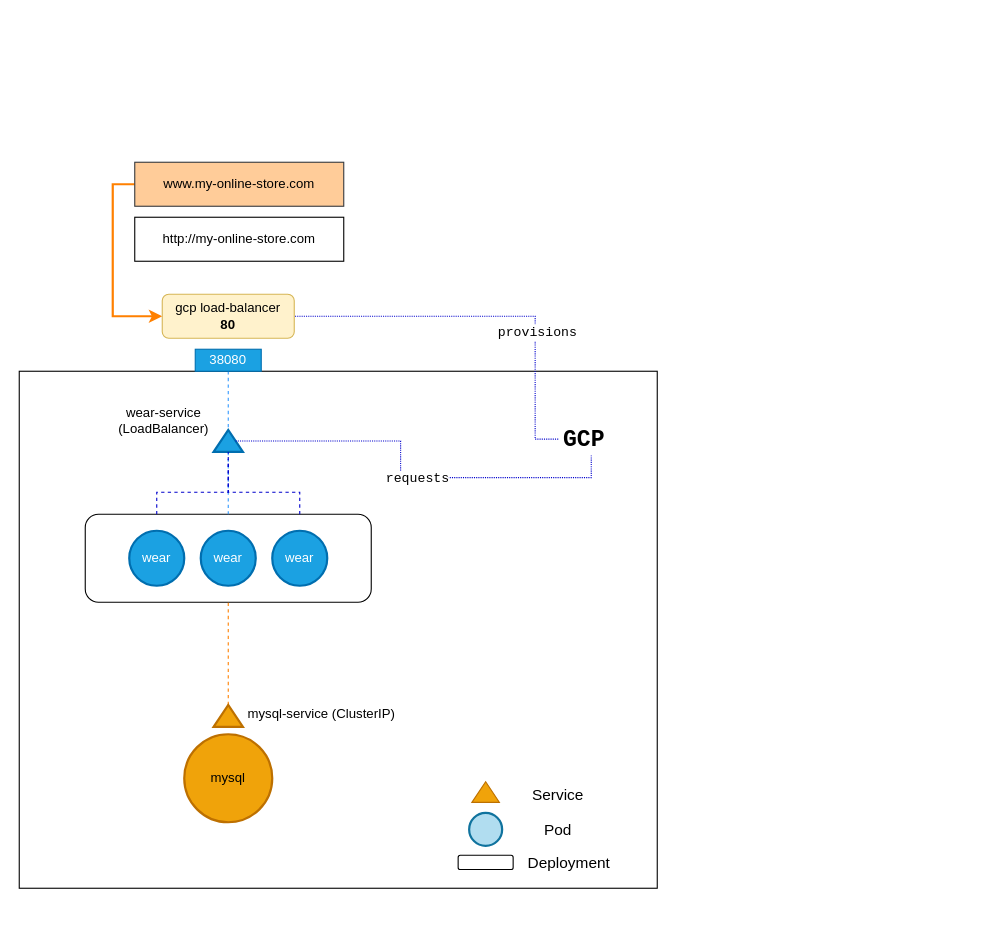
aditya109/journey-CKA keeps this draw.io diagram as page "GCP ingress" (7 of 7) of assets/networking.drawio. Above is the earlier version. Source tidied: cells renumbered, new cells numbered last; positions are measured from the earlier drawing's top-left corner, leaving out a move shared by most shapes. Both pictures are drawn from the tidied source at 110%, with x=0, y=0 at pixel (19, 162).
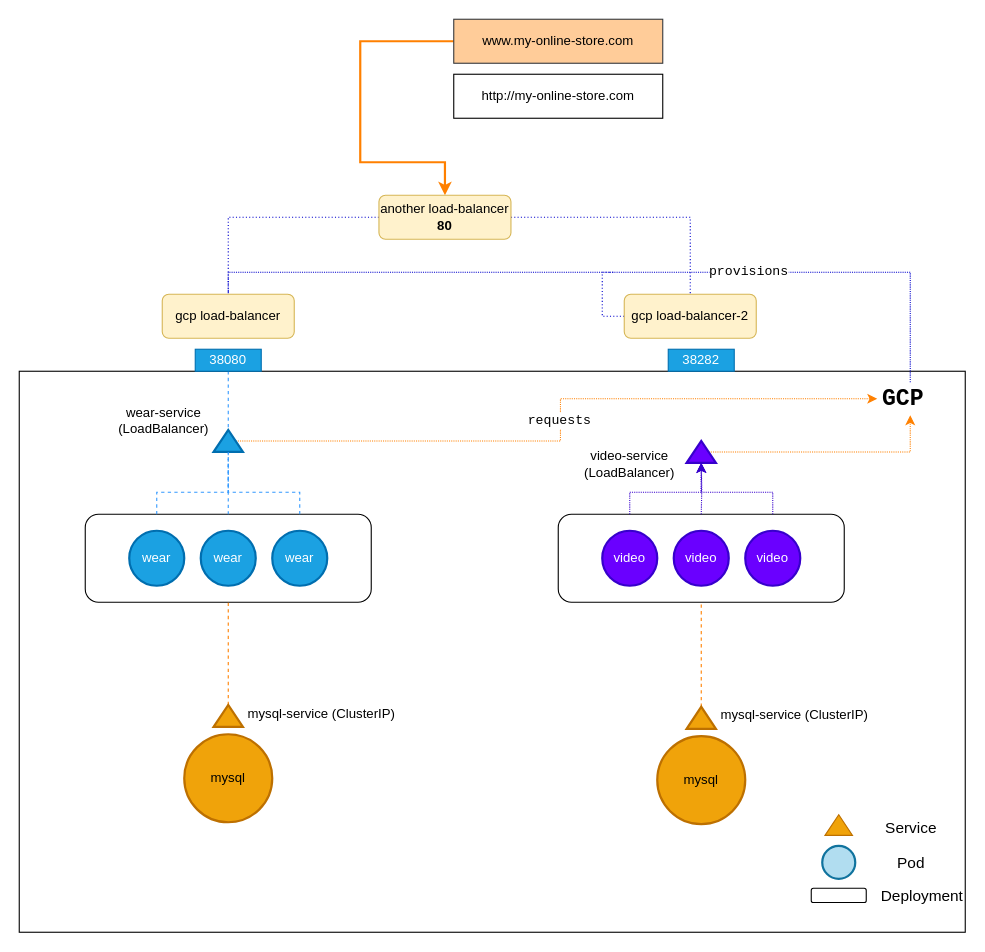
The same diagram, later.

Diff of the diagram source:
```diff
@@
-    <mxCell id="2" style="edgeStyle=orthogonalEdgeStyle;rounded=0;jettySize=auto;html=1;entryX=0;entryY=0.5;entryDx=0;entryDy=0;fontFamily=Courier New;fontSize=12;endArrow=classic;endFill=1;strokeColor=#FF8000;strokeWidth=2;fillColor=#3399FF;" parent="1" edge="1" source="3" target="24">
+    <mxCell id="2" style="edgeStyle=orthogonalEdgeStyle;rounded=0;jettySize=auto;html=1;entryX=0.5;entryY=0;entryDx=0;entryDy=0;fontFamily=Courier New;fontSize=12;endArrow=classic;endFill=1;strokeColor=#FF8000;strokeWidth=2;fillColor=#3399FF;" parent="1" edge="1" source="3" target="48">
       <mxGeometry relative="1" as="geometry">
         <Array as="points">
-          <mxPoint x="85" y="20" />
-          <mxPoint x="85" y="140" />
+          <mxPoint x="310" y="-110" />
+          <mxPoint x="310" />
+          <mxPoint x="387" />
         </Array>
       </mxGeometry>
     </mxCell>
     <mxCell id="3" value="www.my-online-store.com" style="rounded=0;whiteSpace=wrap;html=1;fillColor=#ffcc99;strokeColor=#36393d;" parent="1" vertex="1">
-      <mxGeometry x="105" width="190" height="40" as="geometry" />
+      <mxGeometry x="395" y="-130" width="190" height="40" as="geometry" />
     </mxCell>
     <mxCell id="4" style="rounded=0;whiteSpace=wrap;html=1;" parent="1" vertex="1">
-      <mxGeometry y="190" width="580" height="470" as="geometry" />
+      <mxGeometry y="190" width="860" height="510" as="geometry" />
     </mxCell>
@@
-    <mxCell id="14" style="triangle;whiteSpace=wrap;html=1;strokeWidth=2;rotation=-90;fillColor=#1ba1e2;strokeColor=#006EAF;fontColor=#ffffff;" parent="1" vertex="1">
-      <mxGeometry x="180" y="240" width="20" height="26.7" as="geometry" />
-    </mxCell>
-    <mxCell id="15" style="edgeStyle=orthogonalEdgeStyle;rounded=0;jettySize=auto;html=1;entryX=0.5;entryY=1;entryDx=0;entryDy=0;dashed=1;fontFamily=Courier New;fontSize=21;strokeColor=#0000CC;strokeWidth=1;fillColor=#3399FF;endArrow=none;endFill=0;exitX=0.5;exitY=1;exitDx=0;exitDy=0;dashPattern=1 1;" parent="1" edge="1" source="14" target="27">
-      <mxGeometry relative="1" as="geometry" />
+    <mxCell id="15" style="edgeStyle=orthogonalEdgeStyle;rounded=0;jettySize=auto;html=1;entryX=0;entryY=0.5;entryDx=0;entryDy=0;fontFamily=Courier New;fontSize=12;endArrow=classic;endFill=1;strokeColor=#FF8000;strokeWidth=1;fillColor=#3399FF;dashed=1;dashPattern=1 1;" parent="1" edge="1" source="14" target="27">
+      <mxGeometry relative="1" as="geometry">
+        <Array as="points">
+          <mxPoint x="492" y="253" />
+          <mxPoint x="492" y="215" />
+        </Array>
+      </mxGeometry>
     </mxCell>
     <mxCell id="16" value="requests" style="edgeLabel;html=1;align=center;verticalAlign=middle;fontSize=12;fontFamily=Courier New;" parent="15" vertex="1">
-      <mxGeometry x="0.05" y="-1" relative="1" as="geometry" />
+      <mxGeometry x="0.04" y="-2" relative="1" as="geometry">
+        <mxPoint x="-4" y="9" as="offset" />
+      </mxGeometry>
     </mxCell>
+    <mxCell id="14" style="triangle;whiteSpace=wrap;html=1;strokeWidth=2;rotation=-90;fillColor=#1ba1e2;strokeColor=#006EAF;fontColor=#ffffff;" parent="1" vertex="1">
+      <mxGeometry x="180" y="240" width="20" height="26.7" as="geometry" />
+    </mxCell>
     <mxCell id="17" style="rounded=1;whiteSpace=wrap;html=1;strokeWidth=1;" parent="1" vertex="1">
-      <mxGeometry x="399" y="630" width="50" height="13" as="geometry" />
+      <mxGeometry x="720" y="660" width="50" height="13" as="geometry" />
     </mxCell>
     <mxCell id="18" value="Deployment" style="text;html=1;strokeColor=none;fillColor=none;align=center;verticalAlign=middle;whiteSpace=wrap;rounded=0;fontSize=14;" parent="1" vertex="1">
-      <mxGeometry x="470" y="621.5" width="60" height="30" as="geometry" />
+      <mxGeometry x="791" y="651.5" width="60" height="30" as="geometry" />
     </mxCell>
     <mxCell id="19" style="ellipse;whiteSpace=wrap;html=1;fontSize=14;strokeWidth=2;fillColor=#b1ddf0;strokeColor=#10739e;" parent="1" vertex="1">
-      <mxGeometry x="409" y="591.5" width="30" height="30" as="geometry" />
+      <mxGeometry x="730" y="621.5" width="30" height="30" as="geometry" />
     </mxCell>
     <mxCell id="20" value="Pod" style="text;html=1;strokeColor=none;fillColor=none;align=center;verticalAlign=middle;whiteSpace=wrap;rounded=0;fontSize=14;" parent="1" vertex="1">
-      <mxGeometry x="460" y="592" width="60" height="30" as="geometry" />
+      <mxGeometry x="781" y="622" width="60" height="30" as="geometry" />
     </mxCell>
     <mxCell id="21" style="triangle;whiteSpace=wrap;html=1;fontSize=14;strokeWidth=1;rotation=-90;fillColor=#f0a30a;strokeColor=#BD7000;fontColor=#000000;" parent="1" vertex="1">
-      <mxGeometry x="414.6" y="560" width="18.8" height="25" as="geometry" />
+      <mxGeometry x="735.6" y="590" width="18.8" height="25" as="geometry" />
     </mxCell>
     <mxCell id="22" value="Service" style="text;html=1;strokeColor=none;fillColor=none;align=center;verticalAlign=middle;whiteSpace=wrap;rounded=0;fontSize=14;" parent="1" vertex="1">
-      <mxGeometry x="460" y="560" width="60" height="30" as="geometry" />
+      <mxGeometry x="781" y="590" width="60" height="30" as="geometry" />
     </mxCell>
     <mxCell id="23" value="http://my-online-store.com" style="rounded=0;whiteSpace=wrap;html=1;" parent="1" vertex="1">
-      <mxGeometry x="105" y="50" width="190" height="40" as="geometry" />
+      <mxGeometry x="395" y="-80" width="190" height="40" as="geometry" />
     </mxCell>
-    <mxCell id="24" value="gcp load-balancer&lt;br&gt;&lt;b&gt;80&lt;/b&gt;" style="rounded=1;whiteSpace=wrap;html=1;fillColor=#fff2cc;strokeColor=#d6b656;" parent="1" vertex="1">
+    <mxCell id="24" value="gcp load-balancer" style="rounded=1;whiteSpace=wrap;html=1;fillColor=#fff2cc;strokeColor=#d6b656;" parent="1" vertex="1">
       <mxGeometry x="130" y="120" width="120" height="40" as="geometry" />
     </mxCell>
-    <mxCell id="25" style="edgeStyle=orthogonalEdgeStyle;rounded=0;jettySize=auto;html=1;dashed=1;fontFamily=Courier New;fontSize=21;strokeColor=#0000CC;strokeWidth=1;fillColor=#3399FF;endArrow=none;endFill=0;dashPattern=1 1;" parent="1" edge="1" source="27">
+    <mxCell id="25" style="edgeStyle=orthogonalEdgeStyle;rounded=0;jettySize=auto;html=1;dashed=1;fontFamily=Courier New;fontSize=21;strokeColor=#0000CC;strokeWidth=1;fillColor=#3399FF;endArrow=none;endFill=0;dashPattern=1 1;entryX=0.5;entryY=0;entryDx=0;entryDy=0;" parent="1" edge="1" source="27" target="24">
       <mxGeometry relative="1" as="geometry">
-        <mxPoint x="250" y="140" as="targetPoint" />
         <Array as="points">
-          <mxPoint x="469" y="252" />
-          <mxPoint x="469" y="140" />
-          <mxPoint x="250" y="140" />
+          <mxPoint x="810" y="100" />
+          <mxPoint x="190" y="100" />
         </Array>
       </mxGeometry>
     </mxCell>
@@
     <mxCell id="27" value="&lt;b&gt;&lt;font face=&quot;Courier New&quot; style=&quot;font-size: 21px&quot;&gt;GCP&amp;nbsp;&lt;/font&gt;&lt;/b&gt;" style="text;html=1;strokeColor=none;fillColor=none;align=center;verticalAlign=middle;whiteSpace=wrap;rounded=0;" parent="1" vertex="1">
-      <mxGeometry x="490" y="236.7" width="60" height="30" as="geometry" />
+      <mxGeometry x="780" y="200" width="60" height="30" as="geometry" />
     </mxCell>
-    <mxCell id="28" style="edgeStyle=orthogonalEdgeStyle;rounded=0;orthogonalLoop=1;jettySize=auto;html=1;dashed=1;fontFamily=Courier New;fontSize=12;endArrow=none;endFill=0;strokeColor=#0000CC;strokeWidth=1;fillColor=#3399FF;" parent="1" edge="1">
+    <mxCell id="28" style="edgeStyle=orthogonalEdgeStyle;rounded=0;orthogonalLoop=1;jettySize=auto;html=1;dashed=1;fontFamily=Courier New;fontSize=12;endArrow=none;endFill=0;strokeColor=#3399FF;strokeWidth=1;fillColor=#3399FF;" parent="1" edge="1">
       <mxGeometry relative="1" as="geometry">
         <mxPoint x="255" y="320" as="sourcePoint" />
         <mxPoint x="190" y="270" as="targetPoint" />
         <Array as="points">
           <mxPoint x="255" y="300" />
           <mxPoint x="190" y="300" />
         </Array>
       </mxGeometry>
     </mxCell>
@@
-    <mxCell id="30" style="edgeStyle=orthogonalEdgeStyle;rounded=0;jettySize=auto;html=1;entryX=0;entryY=0.5;entryDx=0;entryDy=0;dashed=1;fontFamily=Courier New;fontSize=12;endArrow=none;endFill=0;strokeColor=#0000CC;strokeWidth=1;fillColor=#3399FF;" parent="1" edge="1" target="14">
+    <mxCell id="30" style="edgeStyle=orthogonalEdgeStyle;rounded=0;jettySize=auto;html=1;entryX=0;entryY=0.5;entryDx=0;entryDy=0;dashed=1;fontFamily=Courier New;fontSize=12;endArrow=none;endFill=0;strokeColor=#3399FF;strokeWidth=1;fillColor=#3399FF;" parent="1" edge="1" target="14">
       <mxGeometry relative="1" as="geometry">
         <mxPoint x="125" y="320" as="sourcePoint" />
         <Array as="points">
           <mxPoint x="125" y="300" />
           <mxPoint x="190" y="300" />
         </Array>
       </mxGeometry>
     </mxCell>
@@
+    <mxCell id="33" style="rounded=1;whiteSpace=wrap;html=1;" parent="1" vertex="1">
+      <mxGeometry x="490" y="320" width="260" height="80" as="geometry" />
+    </mxCell>
+    <mxCell id="34" style="edgeStyle=orthogonalEdgeStyle;rounded=0;jettySize=auto;html=1;entryX=0;entryY=0.5;entryDx=0;entryDy=0;dashed=1;dashPattern=1 1;fontFamily=Helvetica;fontSize=12;endArrow=classic;endFill=1;strokeColor=#3700CC;strokeWidth=1;fillColor=#6a00ff;" parent="1" edge="1" target="41">
+      <mxGeometry relative="1" as="geometry">
+        <mxPoint x="620" y="320" as="sourcePoint" />
+      </mxGeometry>
+    </mxCell>
+    <mxCell id="35" value="video" style="ellipse;whiteSpace=wrap;html=1;fillColor=#6a00ff;strokeColor=#3700CC;strokeWidth=2;fontColor=#ffffff;" parent="1" vertex="1">
+      <mxGeometry x="595" y="335" width="50" height="50" as="geometry" />
+    </mxCell>
+    <mxCell id="36" style="edgeStyle=orthogonalEdgeStyle;rounded=0;jettySize=auto;html=1;entryX=0;entryY=0.5;entryDx=0;entryDy=0;dashed=1;dashPattern=1 1;fontFamily=Helvetica;fontSize=12;endArrow=classic;endFill=1;strokeColor=#3700CC;strokeWidth=1;fillColor=#6a00ff;" parent="1" edge="1" target="41">
+      <mxGeometry relative="1" as="geometry">
+        <mxPoint x="685" y="320" as="sourcePoint" />
+        <Array as="points">
+          <mxPoint x="685" y="300" />
+          <mxPoint x="620" y="300" />
+        </Array>
+      </mxGeometry>
+    </mxCell>
+    <mxCell id="37" value="video" style="ellipse;whiteSpace=wrap;html=1;fillColor=#6a00ff;strokeColor=#3700CC;strokeWidth=2;fontColor=#ffffff;" parent="1" vertex="1">
+      <mxGeometry x="660" y="335" width="50" height="50" as="geometry" />
+    </mxCell>
+    <mxCell id="38" style="edgeStyle=orthogonalEdgeStyle;rounded=0;jettySize=auto;html=1;entryX=0;entryY=0.5;entryDx=0;entryDy=0;dashed=1;dashPattern=1 1;fontFamily=Helvetica;fontSize=12;endArrow=classic;endFill=1;strokeColor=#3700CC;strokeWidth=1;fillColor=#6a00ff;" parent="1" edge="1" target="41">
+      <mxGeometry relative="1" as="geometry">
+        <mxPoint x="555" y="320" as="sourcePoint" />
+        <Array as="points">
+          <mxPoint x="555" y="300" />
+          <mxPoint x="620" y="300" />
+        </Array>
+      </mxGeometry>
+    </mxCell>
+    <mxCell id="39" value="video" style="ellipse;whiteSpace=wrap;html=1;fillColor=#6a00ff;strokeColor=#3700CC;strokeWidth=2;fontColor=#ffffff;" parent="1" vertex="1">
+      <mxGeometry x="530" y="335" width="50" height="50" as="geometry" />
+    </mxCell>
+    <mxCell id="40" style="edgeStyle=orthogonalEdgeStyle;rounded=0;jettySize=auto;html=1;dashed=1;dashPattern=1 1;fontFamily=Helvetica;fontSize=12;endArrow=classic;endFill=1;strokeColor=#FF8000;strokeWidth=1;fillColor=#fad7ac;" parent="1" edge="1" source="41" target="27">
+      <mxGeometry relative="1" as="geometry" />
+    </mxCell>
+    <mxCell id="41" style="triangle;whiteSpace=wrap;html=1;strokeWidth=2;rotation=-90;fillColor=#6a00ff;strokeColor=#3700CC;fontColor=#ffffff;" parent="1" vertex="1">
+      <mxGeometry x="610" y="250" width="20" height="26.7" as="geometry" />
+    </mxCell>
+    <mxCell id="42" value="&lt;font face=&quot;Helvetica&quot;&gt;video-service&lt;br&gt;(LoadBalancer)&lt;br&gt;&lt;/font&gt;" style="text;html=1;strokeColor=none;fillColor=none;align=center;verticalAlign=middle;whiteSpace=wrap;rounded=0;fontFamily=Courier New;fontSize=12;" parent="1" vertex="1">
+      <mxGeometry x="510" y="260" width="90" height="30" as="geometry" />
+    </mxCell>
+    <mxCell id="43" style="edgeStyle=orthogonalEdgeStyle;rounded=0;jettySize=auto;html=1;dashed=1;fontFamily=Helvetica;fontSize=12;endArrow=none;endFill=0;strokeColor=#0000CC;strokeWidth=1;fillColor=#3399FF;dashPattern=1 2;" parent="1" edge="1" source="44">
+      <mxGeometry relative="1" as="geometry">
+        <mxPoint x="540" y="100" as="targetPoint" />
+      </mxGeometry>
+    </mxCell>
+    <mxCell id="44" value="gcp load-balancer-2" style="rounded=1;whiteSpace=wrap;html=1;fillColor=#fff2cc;strokeColor=#d6b656;" parent="1" vertex="1">
+      <mxGeometry x="550" y="120" width="120" height="40" as="geometry" />
+    </mxCell>
+    <mxCell id="45" value="38282" style="rounded=0;whiteSpace=wrap;html=1;fillColor=#1ba1e2;strokeColor=#006EAF;fontColor=#ffffff;" parent="1" vertex="1">
+      <mxGeometry x="590" y="170" width="60" height="20" as="geometry" />
+    </mxCell>
+    <mxCell id="46" style="edgeStyle=orthogonalEdgeStyle;rounded=0;jettySize=auto;html=1;dashed=1;dashPattern=1 2;fontFamily=Helvetica;fontSize=12;endArrow=none;endFill=0;strokeColor=#0000CC;strokeWidth=1;fillColor=#3399FF;" parent="1" edge="1" source="48" target="24">
+      <mxGeometry relative="1" as="geometry" />
+    </mxCell>
+    <mxCell id="47" style="edgeStyle=orthogonalEdgeStyle;rounded=0;jettySize=auto;html=1;entryX=0.5;entryY=0;entryDx=0;entryDy=0;dashed=1;dashPattern=1 2;fontFamily=Helvetica;fontSize=12;endArrow=none;endFill=0;strokeColor=#0000CC;strokeWidth=1;fillColor=#3399FF;" parent="1" edge="1" source="48" target="44">
+      <mxGeometry relative="1" as="geometry" />
+    </mxCell>
+    <mxCell id="48" value="another load-balancer&lt;br&gt;&lt;b&gt;80&lt;/b&gt;" style="rounded=1;whiteSpace=wrap;html=1;fillColor=#fff2cc;strokeColor=#d6b656;" parent="1" vertex="1">
+      <mxGeometry x="327" y="30" width="120" height="40" as="geometry" />
+    </mxCell>
+    <mxCell id="49" value="mysql" style="ellipse;whiteSpace=wrap;html=1;strokeWidth=2;fillColor=#f0a30a;strokeColor=#BD7000;fontColor=#000000;" parent="1" vertex="1">
+      <mxGeometry x="580" y="521.7" width="80" height="80" as="geometry" />
+    </mxCell>
+    <mxCell id="50" style="edgeStyle=orthogonalEdgeStyle;rounded=0;jettySize=auto;html=1;entryX=0.5;entryY=1;entryDx=0;entryDy=0;dashed=1;endArrow=none;endFill=0;strokeColor=#FF8000;" parent="1" edge="1" source="51">
+      <mxGeometry relative="1" as="geometry">
+        <mxPoint x="620" y="401.7" as="targetPoint" />
+      </mxGeometry>
+    </mxCell>
+    <mxCell id="51" style="triangle;whiteSpace=wrap;html=1;strokeWidth=2;rotation=-90;fillColor=#f0a30a;strokeColor=#BD7000;fontColor=#000000;" parent="1" vertex="1">
+      <mxGeometry x="610" y="491.7" width="20" height="26.7" as="geometry" />
+    </mxCell>
+    <mxCell id="52" value="mysql-service (ClusterIP)" style="text;html=1;strokeColor=none;fillColor=none;align=center;verticalAlign=middle;whiteSpace=wrap;rounded=0;" parent="1" vertex="1">
+      <mxGeometry x="630" y="488.3" width="150" height="30" as="geometry" />
+    </mxCell>
```
